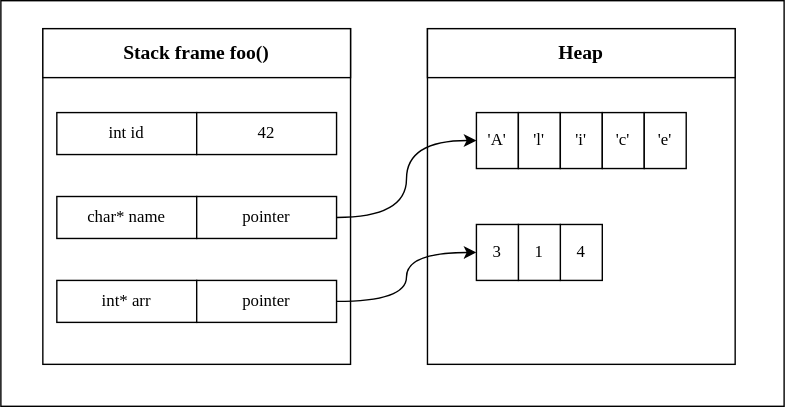
Above: img/stack_frame.drawio.svg in Zuyd-ADSAI/Rust-Workshop (draw.io), before the change. Source tidied: cells renumbered, new cells last; positions are measured from the earlier drawing's top-left corner, leaving out a move shared by most shapes. Its diagram source:
```xml
<mxGraphModel math="1">
  <root>
    <mxCell id="0" />
    <mxCell id="1" parent="0" />
    <mxCell id="2" style="rounded=0;whiteSpace=wrap;html=1;" parent="1" vertex="1">
      <mxGeometry width="560" height="290" as="geometry" />
    </mxCell>
    <mxCell id="3" style="rounded=0;whiteSpace=wrap;html=1;fontFamily=Lucida Console;" parent="1" vertex="1">
      <mxGeometry x="305" y="20" width="220" height="240" as="geometry" />
    </mxCell>
    <mxCell id="4" value="&lt;b&gt;&lt;font style=&quot;font-size: 14px;&quot;&gt;Heap&lt;/font&gt;&lt;/b&gt;" style="rounded=0;whiteSpace=wrap;html=1;fontFamily=Lucida Console;" parent="1" vertex="1">
      <mxGeometry x="305" y="20" width="220" height="35" as="geometry" />
    </mxCell>
    <mxCell id="5" style="rounded=0;whiteSpace=wrap;html=1;fontFamily=Lucida Console;" parent="1" vertex="1">
      <mxGeometry x="30" y="20" width="220" height="240" as="geometry" />
    </mxCell>
    <mxCell id="6" value="char* name" style="rounded=0;whiteSpace=wrap;html=1;fontFamily=Lucida Console;" parent="1" vertex="1">
      <mxGeometry x="40" y="140" width="100" height="30" as="geometry" />
    </mxCell>
    <mxCell id="7" value="int id" style="rounded=0;whiteSpace=wrap;html=1;fontFamily=Lucida Console;" parent="1" vertex="1">
      <mxGeometry x="40" y="80" width="100" height="30" as="geometry" />
    </mxCell>
    <mxCell id="8" value="42" style="rounded=0;whiteSpace=wrap;html=1;fontFamily=Lucida Console;" parent="1" vertex="1">
      <mxGeometry x="140" y="80" width="100" height="30" as="geometry" />
    </mxCell>
    <mxCell id="9" style="group;rounded=0;" parent="1" vertex="1">
      <mxGeometry x="340" y="80" width="150" height="40" as="geometry" />
    </mxCell>
    <mxCell id="10" value="'A'" style="rounded=0;whiteSpace=wrap;html=1;fontFamily=Lucida Console;" parent="9" vertex="1">
      <mxGeometry width="30" height="40" as="geometry" />
    </mxCell>
    <mxCell id="11" value="'l'" style="rounded=0;whiteSpace=wrap;html=1;fontFamily=Lucida Console;" parent="9" vertex="1">
      <mxGeometry x="30" width="30" height="40" as="geometry" />
    </mxCell>
    <mxCell id="12" value="'i'" style="rounded=0;whiteSpace=wrap;html=1;fontFamily=Lucida Console;" parent="9" vertex="1">
      <mxGeometry x="60" width="30" height="40" as="geometry" />
    </mxCell>
    <mxCell id="13" value="'c'" style="rounded=0;whiteSpace=wrap;html=1;fontFamily=Lucida Console;" parent="9" vertex="1">
      <mxGeometry x="90" width="30" height="40" as="geometry" />
    </mxCell>
    <mxCell id="14" value="'e'" style="rounded=0;whiteSpace=wrap;html=1;fontFamily=Lucida Console;" parent="9" vertex="1">
      <mxGeometry x="120" width="30" height="40" as="geometry" />
    </mxCell>
    <mxCell id="15" value="int* arr" style="rounded=0;whiteSpace=wrap;html=1;fontFamily=Lucida Console;" parent="1" vertex="1">
      <mxGeometry x="40" y="200" width="100" height="30" as="geometry" />
    </mxCell>
    <mxCell id="16" style="edgeStyle=orthogonalEdgeStyle;curved=1;html=1;entryX=0;entryY=0.5;entryDx=0;entryDy=0;fontFamily=Lucida Console;rounded=0;exitX=1;exitY=0.5;exitDx=0;exitDy=0;" parent="1" edge="1" source="20" target="10">
      <mxGeometry relative="1" as="geometry" />
    </mxCell>
    <mxCell id="17" style="edgeStyle=orthogonalEdgeStyle;curved=1;html=1;entryX=0;entryY=0.5;entryDx=0;entryDy=0;fontFamily=Lucida Console;rounded=0;" parent="1" edge="1" source="18" target="23">
      <mxGeometry relative="1" as="geometry" />
    </mxCell>
    <mxCell id="18" value="pointer" style="rounded=0;whiteSpace=wrap;html=1;fontFamily=Lucida Console;" parent="1" vertex="1">
      <mxGeometry x="140" y="200" width="100" height="30" as="geometry" />
    </mxCell>
    <mxCell id="19" value="&lt;b&gt;&lt;font style=&quot;font-size: 14px;&quot;&gt;Stack frame foo()&lt;/font&gt;&lt;/b&gt;" style="rounded=0;whiteSpace=wrap;html=1;fontFamily=Lucida Console;" parent="1" vertex="1">
      <mxGeometry x="30" y="20" width="220" height="35" as="geometry" />
    </mxCell>
    <mxCell id="20" value="pointer" style="rounded=0;whiteSpace=wrap;html=1;fontFamily=Lucida Console;" parent="1" vertex="1">
      <mxGeometry x="140" y="140" width="100" height="30" as="geometry" />
    </mxCell>
    <mxCell id="21" value="4" style="rounded=0;whiteSpace=wrap;html=1;fontFamily=Lucida Console;" parent="1" vertex="1">
      <mxGeometry x="400" y="160" width="30" height="40" as="geometry" />
    </mxCell>
    <mxCell id="22" value="1" style="rounded=0;whiteSpace=wrap;html=1;fontFamily=Lucida Console;" parent="1" vertex="1">
      <mxGeometry x="370" y="160" width="30" height="40" as="geometry" />
    </mxCell>
    <mxCell id="23" value="3" style="rounded=0;whiteSpace=wrap;html=1;fontFamily=Lucida Console;" parent="1" vertex="1">
      <mxGeometry x="340" y="160" width="30" height="40" as="geometry" />
    </mxCell>
  </root>
</mxGraphModel>
```
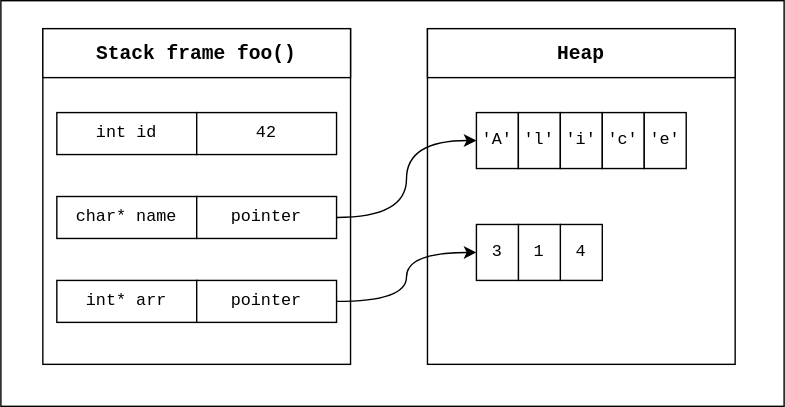
After the change.

Change to the diagram source:
```diff
@@ -2,70 +2,70 @@
   <root>
     <mxCell id="0" />
     <mxCell id="1" parent="0" />
-    <mxCell id="2" style="rounded=0;whiteSpace=wrap;html=1;" parent="1" vertex="1">
+    <mxCell id="2" style="rounded=0;whiteSpace=wrap;html=1;fontFamily=Courier New;" parent="1" vertex="1">
       <mxGeometry width="560" height="290" as="geometry" />
     </mxCell>
-    <mxCell id="3" style="rounded=0;whiteSpace=wrap;html=1;fontFamily=Lucida Console;" parent="1" vertex="1">
+    <mxCell id="3" style="rounded=0;whiteSpace=wrap;html=1;fontFamily=Courier New;" parent="1" vertex="1">
       <mxGeometry x="305" y="20" width="220" height="240" as="geometry" />
     </mxCell>
-    <mxCell id="4" value="&lt;b&gt;&lt;font style=&quot;font-size: 14px;&quot;&gt;Heap&lt;/font&gt;&lt;/b&gt;" style="rounded=0;whiteSpace=wrap;html=1;fontFamily=Lucida Console;" parent="1" vertex="1">
+    <mxCell id="4" value="&lt;b&gt;&lt;font style=&quot;font-size: 14px;&quot;&gt;Heap&lt;/font&gt;&lt;/b&gt;" style="rounded=0;whiteSpace=wrap;html=1;fontFamily=Courier New;" parent="1" vertex="1">
       <mxGeometry x="305" y="20" width="220" height="35" as="geometry" />
     </mxCell>
-    <mxCell id="5" style="rounded=0;whiteSpace=wrap;html=1;fontFamily=Lucida Console;" parent="1" vertex="1">
+    <mxCell id="5" style="rounded=0;whiteSpace=wrap;html=1;fontFamily=Courier New;" parent="1" vertex="1">
       <mxGeometry x="30" y="20" width="220" height="240" as="geometry" />
     </mxCell>
-    <mxCell id="6" value="char* name" style="rounded=0;whiteSpace=wrap;html=1;fontFamily=Lucida Console;" parent="1" vertex="1">
+    <mxCell id="6" value="char* name" style="rounded=0;whiteSpace=wrap;html=1;fontFamily=Courier New;" parent="1" vertex="1">
       <mxGeometry x="40" y="140" width="100" height="30" as="geometry" />
     </mxCell>
-    <mxCell id="7" value="int id" style="rounded=0;whiteSpace=wrap;html=1;fontFamily=Lucida Console;" parent="1" vertex="1">
+    <mxCell id="7" value="int id" style="rounded=0;whiteSpace=wrap;html=1;fontFamily=Courier New;" parent="1" vertex="1">
       <mxGeometry x="40" y="80" width="100" height="30" as="geometry" />
     </mxCell>
-    <mxCell id="8" value="42" style="rounded=0;whiteSpace=wrap;html=1;fontFamily=Lucida Console;" parent="1" vertex="1">
+    <mxCell id="8" value="42" style="rounded=0;whiteSpace=wrap;html=1;fontFamily=Courier New;" parent="1" vertex="1">
       <mxGeometry x="140" y="80" width="100" height="30" as="geometry" />
     </mxCell>
-    <mxCell id="9" style="group;rounded=0;" parent="1" vertex="1">
+    <mxCell id="9" style="group;rounded=0;fontFamily=Courier New;" parent="1" vertex="1">
       <mxGeometry x="340" y="80" width="150" height="40" as="geometry" />
     </mxCell>
-    <mxCell id="10" value="'A'" style="rounded=0;whiteSpace=wrap;html=1;fontFamily=Lucida Console;" parent="9" vertex="1">
+    <mxCell id="10" value="'A'" style="rounded=0;whiteSpace=wrap;html=1;fontFamily=Courier New;" parent="9" vertex="1">
       <mxGeometry width="30" height="40" as="geometry" />
     </mxCell>
-    <mxCell id="11" value="'l'" style="rounded=0;whiteSpace=wrap;html=1;fontFamily=Lucida Console;" parent="9" vertex="1">
+    <mxCell id="11" value="'l'" style="rounded=0;whiteSpace=wrap;html=1;fontFamily=Courier New;" parent="9" vertex="1">
       <mxGeometry x="30" width="30" height="40" as="geometry" />
     </mxCell>
-    <mxCell id="12" value="'i'" style="rounded=0;whiteSpace=wrap;html=1;fontFamily=Lucida Console;" parent="9" vertex="1">
+    <mxCell id="12" value="'i'" style="rounded=0;whiteSpace=wrap;html=1;fontFamily=Courier New;" parent="9" vertex="1">
       <mxGeometry x="60" width="30" height="40" as="geometry" />
     </mxCell>
-    <mxCell id="13" value="'c'" style="rounded=0;whiteSpace=wrap;html=1;fontFamily=Lucida Console;" parent="9" vertex="1">
+    <mxCell id="13" value="'c'" style="rounded=0;whiteSpace=wrap;html=1;fontFamily=Courier New;" parent="9" vertex="1">
       <mxGeometry x="90" width="30" height="40" as="geometry" />
     </mxCell>
-    <mxCell id="14" value="'e'" style="rounded=0;whiteSpace=wrap;html=1;fontFamily=Lucida Console;" parent="9" vertex="1">
+    <mxCell id="14" value="'e'" style="rounded=0;whiteSpace=wrap;html=1;fontFamily=Courier New;" parent="9" vertex="1">
       <mxGeometry x="120" width="30" height="40" as="geometry" />
     </mxCell>
-    <mxCell id="15" value="int* arr" style="rounded=0;whiteSpace=wrap;html=1;fontFamily=Lucida Console;" parent="1" vertex="1">
+    <mxCell id="15" value="int* arr" style="rounded=0;whiteSpace=wrap;html=1;fontFamily=Courier New;" parent="1" vertex="1">
       <mxGeometry x="40" y="200" width="100" height="30" as="geometry" />
     </mxCell>
-    <mxCell id="16" style="edgeStyle=orthogonalEdgeStyle;curved=1;html=1;entryX=0;entryY=0.5;entryDx=0;entryDy=0;fontFamily=Lucida Console;rounded=0;exitX=1;exitY=0.5;exitDx=0;exitDy=0;" parent="1" edge="1" source="20" target="10">
+    <mxCell id="16" style="edgeStyle=orthogonalEdgeStyle;curved=1;html=1;entryX=0;entryY=0.5;entryDx=0;entryDy=0;fontFamily=Courier New;rounded=0;exitX=1;exitY=0.5;exitDx=0;exitDy=0;" parent="1" edge="1" source="20" target="10">
       <mxGeometry relative="1" as="geometry" />
     </mxCell>
-    <mxCell id="17" style="edgeStyle=orthogonalEdgeStyle;curved=1;html=1;entryX=0;entryY=0.5;entryDx=0;entryDy=0;fontFamily=Lucida Console;rounded=0;" parent="1" edge="1" source="18" target="23">
+    <mxCell id="17" style="edgeStyle=orthogonalEdgeStyle;curved=1;html=1;entryX=0;entryY=0.5;entryDx=0;entryDy=0;fontFamily=Courier New;rounded=0;" parent="1" edge="1" source="18" target="23">
       <mxGeometry relative="1" as="geometry" />
     </mxCell>
-    <mxCell id="18" value="pointer" style="rounded=0;whiteSpace=wrap;html=1;fontFamily=Lucida Console;" parent="1" vertex="1">
+    <mxCell id="18" value="pointer" style="rounded=0;whiteSpace=wrap;html=1;fontFamily=Courier New;" parent="1" vertex="1">
       <mxGeometry x="140" y="200" width="100" height="30" as="geometry" />
     </mxCell>
-    <mxCell id="19" value="&lt;b&gt;&lt;font style=&quot;font-size: 14px;&quot;&gt;Stack frame foo()&lt;/font&gt;&lt;/b&gt;" style="rounded=0;whiteSpace=wrap;html=1;fontFamily=Lucida Console;" parent="1" vertex="1">
+    <mxCell id="19" value="&lt;b&gt;&lt;font style=&quot;font-size: 14px;&quot;&gt;Stack frame foo()&lt;/font&gt;&lt;/b&gt;" style="rounded=0;whiteSpace=wrap;html=1;fontFamily=Courier New;" parent="1" vertex="1">
       <mxGeometry x="30" y="20" width="220" height="35" as="geometry" />
     </mxCell>
-    <mxCell id="20" value="pointer" style="rounded=0;whiteSpace=wrap;html=1;fontFamily=Lucida Console;" parent="1" vertex="1">
+    <mxCell id="20" value="pointer" style="rounded=0;whiteSpace=wrap;html=1;fontFamily=Courier New;" parent="1" vertex="1">
       <mxGeometry x="140" y="140" width="100" height="30" as="geometry" />
     </mxCell>
-    <mxCell id="21" value="4" style="rounded=0;whiteSpace=wrap;html=1;fontFamily=Lucida Console;" parent="1" vertex="1">
+    <mxCell id="21" value="4" style="rounded=0;whiteSpace=wrap;html=1;fontFamily=Courier New;" parent="1" vertex="1">
       <mxGeometry x="400" y="160" width="30" height="40" as="geometry" />
     </mxCell>
-    <mxCell id="22" value="1" style="rounded=0;whiteSpace=wrap;html=1;fontFamily=Lucida Console;" parent="1" vertex="1">
+    <mxCell id="22" value="1" style="rounded=0;whiteSpace=wrap;html=1;fontFamily=Courier New;" parent="1" vertex="1">
       <mxGeometry x="370" y="160" width="30" height="40" as="geometry" />
     </mxCell>
-    <mxCell id="23" value="3" style="rounded=0;whiteSpace=wrap;html=1;fontFamily=Lucida Console;" parent="1" vertex="1">
+    <mxCell id="23" value="3" style="rounded=0;whiteSpace=wrap;html=1;fontFamily=Courier New;" parent="1" vertex="1">
       <mxGeometry x="340" y="160" width="30" height="40" as="geometry" />
     </mxCell>
   </root>
```
